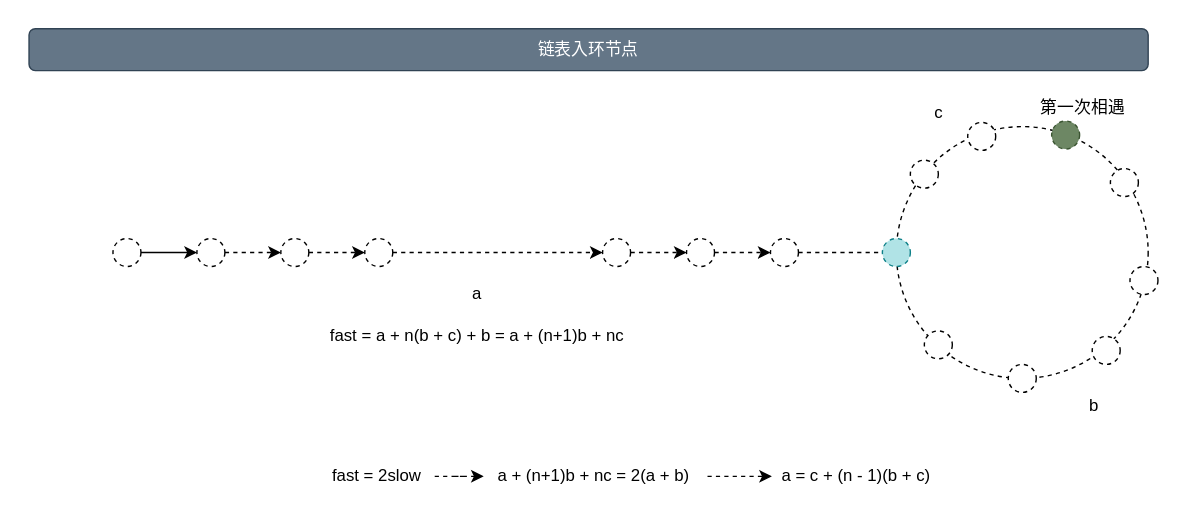
Earlier version of the draw.io export 12-数据结构与算法/00-数据结构/images/链表入环.svg (cd-home/Root). Source tidied: cells renumbered, new cells last; positions are measured from the earlier drawing's top-left corner, leaving out a move shared by most shapes.
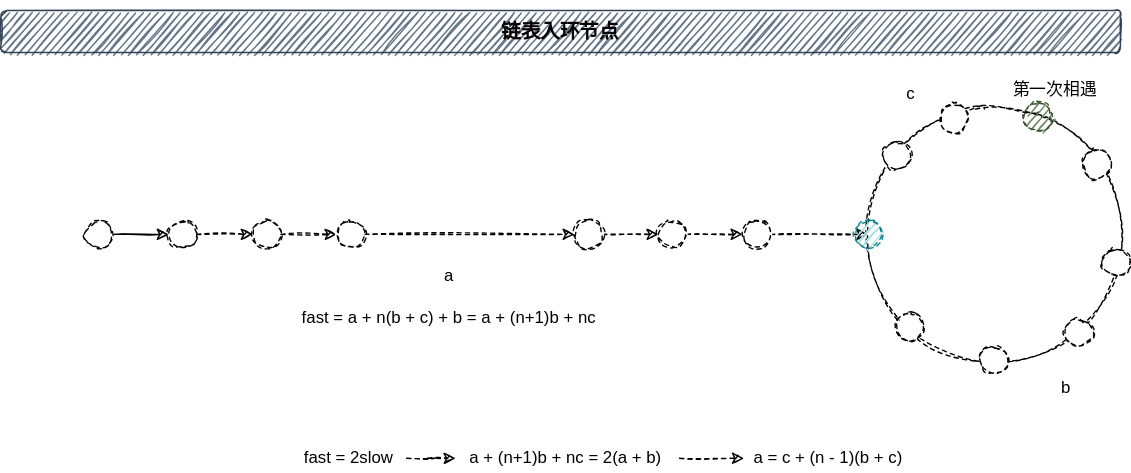
After the change.

The edit, as a diff of the source:
```diff
@@ -2,109 +2,109 @@
   <root>
     <mxCell id="0" />
     <mxCell id="1" parent="0" />
-    <mxCell id="2" value="链表入环节点" style="rounded=1;whiteSpace=wrap;html=1;fillColor=#647687;strokeColor=#314354;fontColor=#ffffff;" parent="1" vertex="1">
+    <mxCell id="2" value="&lt;h3&gt;&lt;font color=&quot;#050001&quot;&gt;链表入环节点&lt;/font&gt;&lt;/h3&gt;" style="rounded=1;whiteSpace=wrap;html=1;fillColor=#647687;strokeColor=#314354;fontColor=#ffffff;sketch=1;" parent="1" vertex="1">
       <mxGeometry width="800" height="30" as="geometry" />
     </mxCell>
-    <mxCell id="3" style="edgeStyle=orthogonalEdgeStyle;rounded=0;jettySize=auto;html=1;strokeWidth=1;" parent="1" edge="1" source="4" target="6">
+    <mxCell id="3" style="edgeStyle=orthogonalEdgeStyle;rounded=0;jettySize=auto;html=1;strokeWidth=1;sketch=1;" parent="1" edge="1" source="4" target="6">
       <mxGeometry relative="1" as="geometry" />
     </mxCell>
-    <mxCell id="4" style="ellipse;whiteSpace=wrap;html=1;dashed=1;" parent="1" vertex="1">
+    <mxCell id="4" style="ellipse;whiteSpace=wrap;html=1;dashed=1;sketch=1;" parent="1" vertex="1">
       <mxGeometry x="60" y="150" width="20" height="20" as="geometry" />
     </mxCell>
-    <mxCell id="5" style="edgeStyle=orthogonalEdgeStyle;rounded=0;jettySize=auto;html=1;strokeWidth=1;dashed=1;" parent="1" edge="1" source="6" target="8">
+    <mxCell id="5" style="edgeStyle=orthogonalEdgeStyle;rounded=0;jettySize=auto;html=1;strokeWidth=1;dashed=1;sketch=1;" parent="1" edge="1" source="6" target="8">
       <mxGeometry relative="1" as="geometry" />
     </mxCell>
-    <mxCell id="6" style="ellipse;whiteSpace=wrap;html=1;dashed=1;" parent="1" vertex="1">
+    <mxCell id="6" style="ellipse;whiteSpace=wrap;html=1;dashed=1;sketch=1;" parent="1" vertex="1">
       <mxGeometry x="120" y="150" width="20" height="20" as="geometry" />
     </mxCell>
-    <mxCell id="7" style="edgeStyle=orthogonalEdgeStyle;rounded=0;jettySize=auto;html=1;dashed=1;strokeWidth=1;" parent="1" edge="1" source="8" target="10">
+    <mxCell id="7" style="edgeStyle=orthogonalEdgeStyle;rounded=0;jettySize=auto;html=1;dashed=1;strokeWidth=1;sketch=1;" parent="1" edge="1" source="8" target="10">
       <mxGeometry relative="1" as="geometry" />
     </mxCell>
-    <mxCell id="8" style="ellipse;whiteSpace=wrap;html=1;dashed=1;" parent="1" vertex="1">
+    <mxCell id="8" style="ellipse;whiteSpace=wrap;html=1;dashed=1;sketch=1;" parent="1" vertex="1">
       <mxGeometry x="180" y="150" width="20" height="20" as="geometry" />
     </mxCell>
-    <mxCell id="9" style="edgeStyle=orthogonalEdgeStyle;rounded=0;jettySize=auto;html=1;dashed=1;strokeWidth=1;" parent="1" edge="1" source="10" target="12">
+    <mxCell id="9" style="edgeStyle=orthogonalEdgeStyle;rounded=0;jettySize=auto;html=1;dashed=1;strokeWidth=1;sketch=1;" parent="1" edge="1" source="10" target="12">
       <mxGeometry relative="1" as="geometry" />
     </mxCell>
-    <mxCell id="10" style="ellipse;whiteSpace=wrap;html=1;dashed=1;" parent="1" vertex="1">
+    <mxCell id="10" style="ellipse;whiteSpace=wrap;html=1;dashed=1;sketch=1;" parent="1" vertex="1">
       <mxGeometry x="240" y="150" width="20" height="20" as="geometry" />
     </mxCell>
-    <mxCell id="11" style="edgeStyle=orthogonalEdgeStyle;rounded=0;jettySize=auto;html=1;dashed=1;strokeWidth=1;" parent="1" edge="1" source="12" target="14">
+    <mxCell id="11" style="edgeStyle=orthogonalEdgeStyle;rounded=0;jettySize=auto;html=1;dashed=1;strokeWidth=1;sketch=1;" parent="1" edge="1" source="12" target="14">
       <mxGeometry relative="1" as="geometry" />
     </mxCell>
-    <mxCell id="12" style="ellipse;whiteSpace=wrap;html=1;dashed=1;" parent="1" vertex="1">
+    <mxCell id="12" style="ellipse;whiteSpace=wrap;html=1;dashed=1;sketch=1;" parent="1" vertex="1">
       <mxGeometry x="410" y="150" width="20" height="20" as="geometry" />
     </mxCell>
-    <mxCell id="13" style="edgeStyle=orthogonalEdgeStyle;rounded=0;jettySize=auto;html=1;dashed=1;strokeWidth=1;" parent="1" edge="1" source="14" target="16">
+    <mxCell id="13" style="edgeStyle=orthogonalEdgeStyle;rounded=0;jettySize=auto;html=1;dashed=1;strokeWidth=1;sketch=1;" parent="1" edge="1" source="14" target="16">
       <mxGeometry relative="1" as="geometry" />
     </mxCell>
-    <mxCell id="14" style="ellipse;whiteSpace=wrap;html=1;dashed=1;" parent="1" vertex="1">
+    <mxCell id="14" style="ellipse;whiteSpace=wrap;html=1;dashed=1;sketch=1;" parent="1" vertex="1">
       <mxGeometry x="470" y="150" width="20" height="20" as="geometry" />
     </mxCell>
-    <mxCell id="15" style="edgeStyle=orthogonalEdgeStyle;rounded=0;jettySize=auto;html=1;dashed=1;strokeWidth=1;" parent="1" edge="1" source="16" target="17">
+    <mxCell id="15" style="edgeStyle=orthogonalEdgeStyle;rounded=0;jettySize=auto;html=1;dashed=1;strokeWidth=1;sketch=1;" parent="1" edge="1" source="16" target="17">
       <mxGeometry relative="1" as="geometry" />
     </mxCell>
-    <mxCell id="16" style="ellipse;whiteSpace=wrap;html=1;dashed=1;" parent="1" vertex="1">
+    <mxCell id="16" style="ellipse;whiteSpace=wrap;html=1;dashed=1;sketch=1;" parent="1" vertex="1">
       <mxGeometry x="530" y="150" width="20" height="20" as="geometry" />
     </mxCell>
-    <mxCell id="17" style="ellipse;whiteSpace=wrap;html=1;dashed=1;" parent="1" vertex="1">
+    <mxCell id="17" style="ellipse;whiteSpace=wrap;html=1;dashed=1;sketch=1;" parent="1" vertex="1">
       <mxGeometry x="620" y="70" width="180" height="180" as="geometry" />
     </mxCell>
-    <mxCell id="18" style="ellipse;whiteSpace=wrap;html=1;dashed=1;fillColor=#b0e3e6;strokeColor=#0e8088;" parent="1" vertex="1">
+    <mxCell id="18" style="ellipse;whiteSpace=wrap;html=1;dashed=1;fillColor=#b0e3e6;strokeColor=#0e8088;sketch=1;" parent="1" vertex="1">
       <mxGeometry x="610" y="150" width="20" height="20" as="geometry" />
     </mxCell>
-    <mxCell id="19" style="ellipse;whiteSpace=wrap;html=1;dashed=1;" parent="1" vertex="1">
+    <mxCell id="19" style="ellipse;whiteSpace=wrap;html=1;dashed=1;sketch=1;" parent="1" vertex="1">
       <mxGeometry x="630" y="94" width="20" height="20" as="geometry" />
     </mxCell>
-    <mxCell id="20" style="ellipse;whiteSpace=wrap;html=1;dashed=1;" parent="1" vertex="1">
+    <mxCell id="20" style="ellipse;whiteSpace=wrap;html=1;dashed=1;sketch=1;" parent="1" vertex="1">
       <mxGeometry x="671" y="67" width="20" height="20" as="geometry" />
     </mxCell>
-    <mxCell id="21" style="ellipse;whiteSpace=wrap;html=1;dashed=1;fillColor=#6d8764;strokeColor=#3A5431;fontColor=#ffffff;" parent="1" vertex="1">
+    <mxCell id="21" style="ellipse;whiteSpace=wrap;html=1;dashed=1;fillColor=#6d8764;strokeColor=#3A5431;fontColor=#ffffff;sketch=1;" parent="1" vertex="1">
       <mxGeometry x="731" y="66" width="20" height="20" as="geometry" />
     </mxCell>
-    <mxCell id="22" style="ellipse;whiteSpace=wrap;html=1;dashed=1;" parent="1" vertex="1">
+    <mxCell id="22" style="ellipse;whiteSpace=wrap;html=1;dashed=1;sketch=1;" parent="1" vertex="1">
       <mxGeometry x="773" y="100" width="20" height="20" as="geometry" />
     </mxCell>
-    <mxCell id="23" style="ellipse;whiteSpace=wrap;html=1;dashed=1;" parent="1" vertex="1">
+    <mxCell id="23" style="ellipse;whiteSpace=wrap;html=1;dashed=1;sketch=1;" parent="1" vertex="1">
       <mxGeometry x="787" y="170" width="20" height="20" as="geometry" />
     </mxCell>
-    <mxCell id="24" style="ellipse;whiteSpace=wrap;html=1;dashed=1;" parent="1" vertex="1">
+    <mxCell id="24" style="ellipse;whiteSpace=wrap;html=1;dashed=1;sketch=1;" parent="1" vertex="1">
       <mxGeometry x="760" y="220" width="20" height="20" as="geometry" />
     </mxCell>
-    <mxCell id="25" style="ellipse;whiteSpace=wrap;html=1;dashed=1;" parent="1" vertex="1">
+    <mxCell id="25" style="ellipse;whiteSpace=wrap;html=1;dashed=1;sketch=1;" parent="1" vertex="1">
       <mxGeometry x="700" y="240" width="20" height="20" as="geometry" />
     </mxCell>
-    <mxCell id="26" style="ellipse;whiteSpace=wrap;html=1;dashed=1;" parent="1" vertex="1">
+    <mxCell id="26" style="ellipse;whiteSpace=wrap;html=1;dashed=1;sketch=1;" parent="1" vertex="1">
       <mxGeometry x="640" y="216" width="20" height="20" as="geometry" />
     </mxCell>
-    <mxCell id="27" value="a" style="text;html=1;align=center;verticalAlign=middle;strokeColor=none;" parent="1" vertex="1">
+    <mxCell id="27" value="a" style="text;html=1;align=center;verticalAlign=middle;strokeColor=none;sketch=1;" parent="1" vertex="1">
       <mxGeometry x="310" y="180" width="20" height="20" as="geometry" />
     </mxCell>
-    <mxCell id="28" value="b" style="text;html=1;align=center;verticalAlign=middle;strokeColor=none;" parent="1" vertex="1">
+    <mxCell id="28" value="b" style="text;html=1;align=center;verticalAlign=middle;strokeColor=none;sketch=1;" parent="1" vertex="1">
       <mxGeometry x="751" y="260" width="20" height="20" as="geometry" />
     </mxCell>
-    <mxCell id="29" value="第一次相遇" style="text;html=1;align=center;verticalAlign=middle;strokeColor=none;" parent="1" vertex="1">
+    <mxCell id="29" value="第一次相遇" style="text;html=1;align=center;verticalAlign=middle;strokeColor=none;sketch=1;" parent="1" vertex="1">
       <mxGeometry x="713" y="47" width="80" height="20" as="geometry" />
     </mxCell>
-    <mxCell id="30" value="c" style="text;html=1;align=center;verticalAlign=middle;strokeColor=none;" parent="1" vertex="1">
+    <mxCell id="30" value="c" style="text;html=1;align=center;verticalAlign=middle;strokeColor=none;sketch=1;" parent="1" vertex="1">
       <mxGeometry x="640" y="50" width="20" height="20" as="geometry" />
     </mxCell>
-    <mxCell id="31" value="fast = a + n(b + c) + b = a + (n+1)b + nc&lt;br&gt;" style="text;html=1;align=center;verticalAlign=middle;strokeColor=none;" parent="1" vertex="1">
+    <mxCell id="31" value="fast = a + n(b + c) + b = a + (n+1)b + nc&lt;br&gt;" style="text;html=1;align=center;verticalAlign=middle;strokeColor=none;sketch=1;" parent="1" vertex="1">
       <mxGeometry x="205" y="210" width="230" height="20" as="geometry" />
     </mxCell>
-    <mxCell id="32" style="edgeStyle=orthogonalEdgeStyle;rounded=0;jettySize=auto;html=1;dashed=1;strokeWidth=1;" parent="1" edge="1" source="33" target="35">
+    <mxCell id="32" style="edgeStyle=orthogonalEdgeStyle;rounded=0;jettySize=auto;html=1;dashed=1;strokeWidth=1;sketch=1;" parent="1" edge="1" source="33" target="35">
       <mxGeometry relative="1" as="geometry" />
     </mxCell>
-    <mxCell id="33" value="fast = 2slow&amp;nbsp;" style="text;html=1;align=center;verticalAlign=middle;points=[];strokeColor=none;" parent="1" vertex="1">
+    <mxCell id="33" value="fast = 2slow&amp;nbsp;" style="text;html=1;align=center;verticalAlign=middle;points=[];strokeColor=none;sketch=1;" parent="1" vertex="1">
       <mxGeometry x="210" y="310" width="80" height="20" as="geometry" />
     </mxCell>
-    <mxCell id="34" style="edgeStyle=orthogonalEdgeStyle;rounded=0;jettySize=auto;html=1;dashed=1;strokeWidth=1;" parent="1" edge="1" source="35" target="36">
+    <mxCell id="34" style="edgeStyle=orthogonalEdgeStyle;rounded=0;jettySize=auto;html=1;dashed=1;strokeWidth=1;sketch=1;" parent="1" edge="1" source="35" target="36">
       <mxGeometry relative="1" as="geometry" />
     </mxCell>
-    <mxCell id="35" value="a + (n+1)b + nc = 2(a + b)&amp;nbsp;" style="text;html=1;align=center;verticalAlign=middle;points=[];strokeColor=none;" parent="1" vertex="1">
+    <mxCell id="35" value="a + (n+1)b + nc = 2(a + b)&amp;nbsp;" style="text;html=1;align=center;verticalAlign=middle;points=[];strokeColor=none;sketch=1;" parent="1" vertex="1">
       <mxGeometry x="325" y="310" width="160" height="20" as="geometry" />
     </mxCell>
-    <mxCell id="36" value="a = c + (n - 1)(b + c)" style="text;html=1;align=center;verticalAlign=middle;points=[];strokeColor=none;" parent="1" vertex="1">
+    <mxCell id="36" value="a = c + (n - 1)(b + c)" style="text;html=1;align=center;verticalAlign=middle;points=[];strokeColor=none;sketch=1;" parent="1" vertex="1">
       <mxGeometry x="531" y="310" width="120" height="20" as="geometry" />
     </mxCell>
   </root>
```
